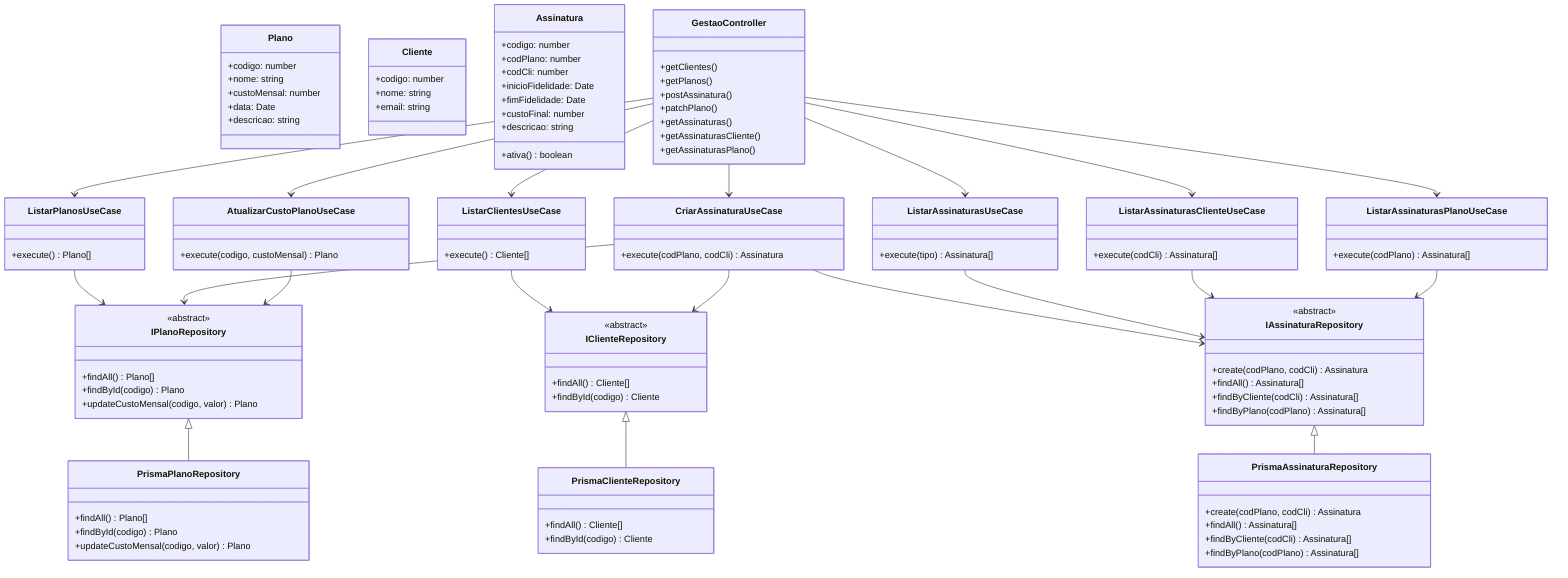
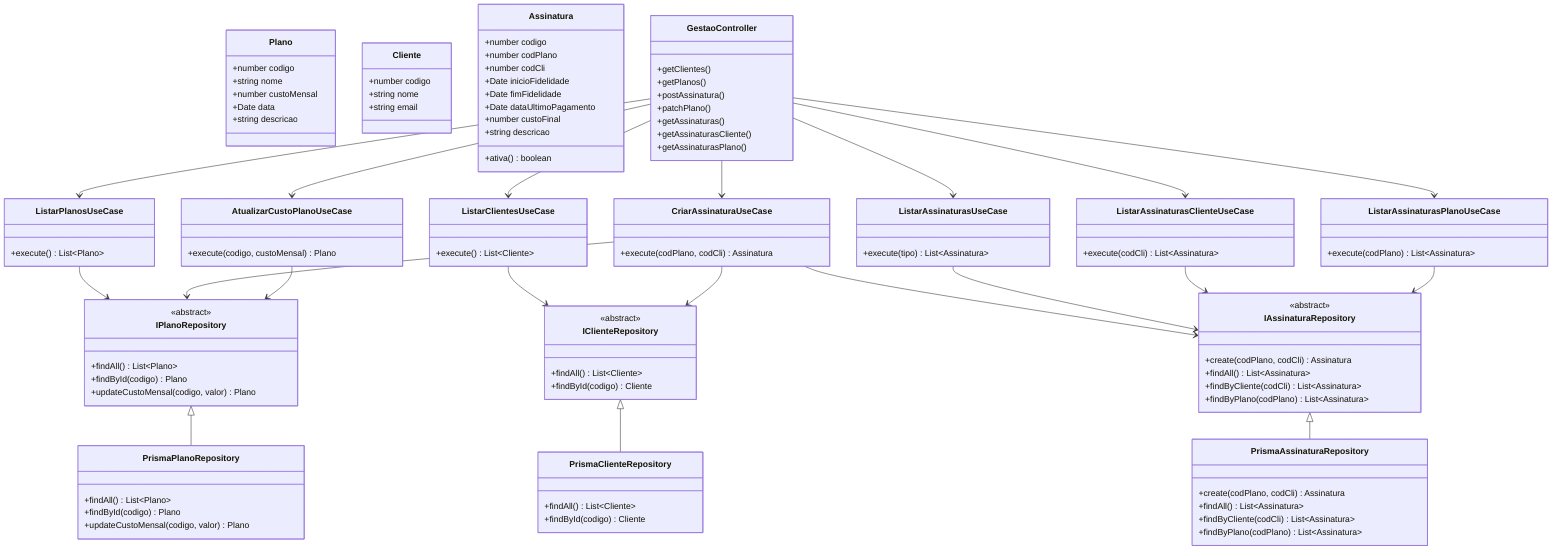
classDiagram
  class Plano {
-     +codigo: number
-     +nome: string
-     +custoMensal: number
-     +data: Date
-     +descricao: string
+     +number codigo
+     +string nome
+     +number custoMensal
+     +Date data
+     +string descricao
  }

  class Cliente {
-     +codigo: number
-     +nome: string
-     +email: string
+     +number codigo
+     +string nome
+     +string email
  }

  class Assinatura {
-     +codigo: number
-     +codPlano: number
-     +codCli: number
-     +inicioFidelidade: Date
-     +fimFidelidade: Date
-     +custoFinal: number
-     +descricao: string
+     +number codigo
+     +number codPlano
+     +number codCli
+     +Date inicioFidelidade
+     +Date fimFidelidade
+     +Date dataUltimoPagamento
+     +number custoFinal
+     +string descricao
    +ativa() boolean
  }

  class IPlanoRepository {
    <<abstract>>
-     +findAll() Plano[]
+     +findAll() List~Plano~
    +findById(codigo) Plano
    +updateCustoMensal(codigo, valor) Plano
  }

  class IClienteRepository {
    <<abstract>>
-     +findAll() Cliente[]
+     +findAll() List~Cliente~
    +findById(codigo) Cliente
  }

  class IAssinaturaRepository {
    <<abstract>>
    +create(codPlano, codCli) Assinatura
-     +findAll() Assinatura[]
-     +findByCliente(codCli) Assinatura[]
-     +findByPlano(codPlano) Assinatura[]
+     +findAll() List~Assinatura~
+     +findByCliente(codCli) List~Assinatura~
+     +findByPlano(codPlano) List~Assinatura~
  }

  class PrismaPlanoRepository {
-     +findAll() Plano[]
+     +findAll() List~Plano~
    +findById(codigo) Plano
    +updateCustoMensal(codigo, valor) Plano
  }

  class PrismaClienteRepository {
-     +findAll() Cliente[]
+     +findAll() List~Cliente~
    +findById(codigo) Cliente
  }

  class PrismaAssinaturaRepository {
    +create(codPlano, codCli) Assinatura
-     +findAll() Assinatura[]
-     +findByCliente(codCli) Assinatura[]
-     +findByPlano(codPlano) Assinatura[]
+     +findAll() List~Assinatura~
+     +findByCliente(codCli) List~Assinatura~
+     +findByPlano(codPlano) List~Assinatura~
  }

  class ListarPlanosUseCase {
-     +execute() Plano[]
+     +execute() List~Plano~
  }
  class ListarClientesUseCase {
-     +execute() Cliente[]
+     +execute() List~Cliente~
  }
  class CriarAssinaturaUseCase {
    +execute(codPlano, codCli) Assinatura
  }
  class AtualizarCustoPlanoUseCase {
    +execute(codigo, custoMensal) Plano
  }
  class ListarAssinaturasUseCase {
-     +execute(tipo) Assinatura[]
+     +execute(tipo) List~Assinatura~
  }
  class ListarAssinaturasClienteUseCase {
-     +execute(codCli) Assinatura[]
+     +execute(codCli) List~Assinatura~
  }
  class ListarAssinaturasPlanoUseCase {
-     +execute(codPlano) Assinatura[]
+     +execute(codPlano) List~Assinatura~
  }

  class GestaoController {
    +getClientes()
    +getPlanos()
    +postAssinatura()
    +patchPlano()
    +getAssinaturas()
    +getAssinaturasCliente()
    +getAssinaturasPlano()
  }

  IPlanoRepository <|-- PrismaPlanoRepository
  IClienteRepository <|-- PrismaClienteRepository
  IAssinaturaRepository <|-- PrismaAssinaturaRepository

  ListarPlanosUseCase --> IPlanoRepository
  ListarClientesUseCase --> IClienteRepository
  CriarAssinaturaUseCase --> IAssinaturaRepository
  CriarAssinaturaUseCase --> IPlanoRepository
  CriarAssinaturaUseCase --> IClienteRepository
  AtualizarCustoPlanoUseCase --> IPlanoRepository
  ListarAssinaturasUseCase --> IAssinaturaRepository
  ListarAssinaturasClienteUseCase --> IAssinaturaRepository
  ListarAssinaturasPlanoUseCase --> IAssinaturaRepository

  GestaoController --> ListarPlanosUseCase
  GestaoController --> ListarClientesUseCase
  GestaoController --> CriarAssinaturaUseCase
  GestaoController --> AtualizarCustoPlanoUseCase
  GestaoController --> ListarAssinaturasUseCase
  GestaoController --> ListarAssinaturasClienteUseCase
  GestaoController --> ListarAssinaturasPlanoUseCase